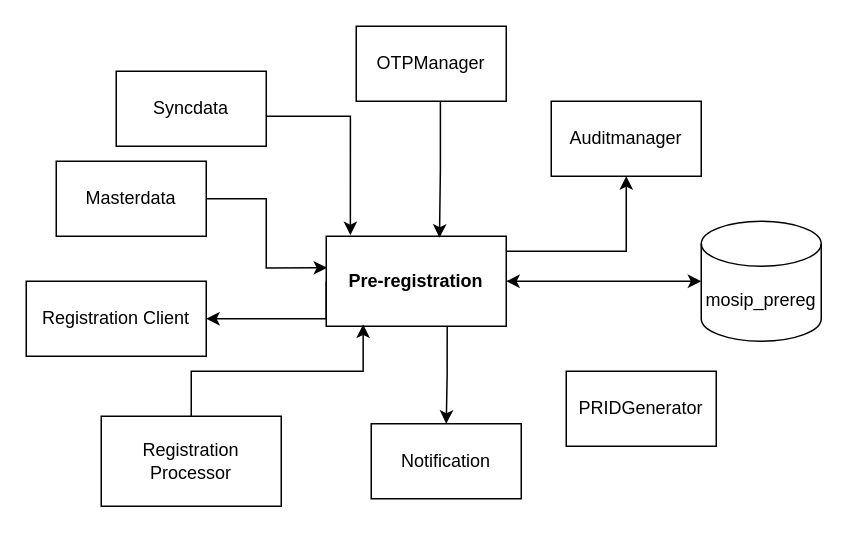
Above: docs/_images/pre-reg-entity.drawio in mosip/documentation (draw.io), before the change. Source tidied: cells renumbered, new cells numbered last; positions are measured from the earlier drawing's top-left corner, leaving out a move shared by most shapes. Both pictures are drawn from the tidied source at 150%, with x=0, y=0 at pixel (26, 26).
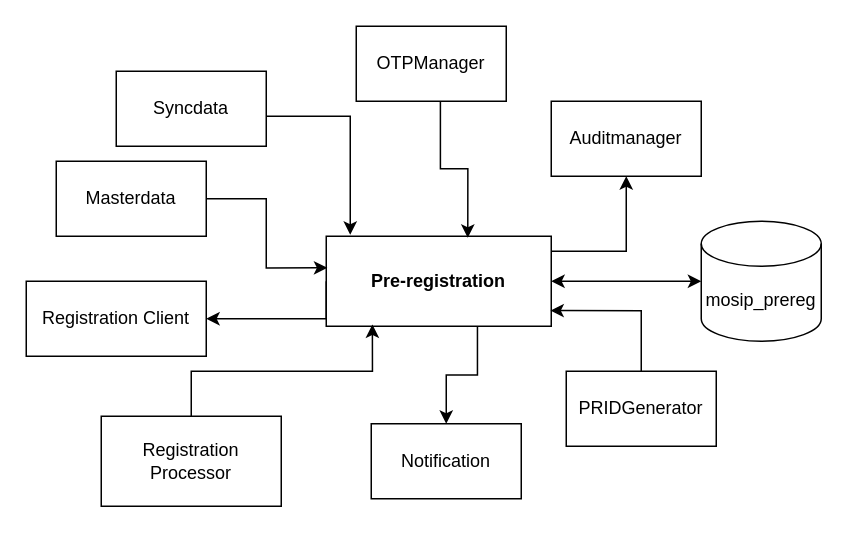
The same diagram, later.

Unchanged cells that the change refers to:
```xml
<mxCell id="11" value="Syncdata" style="rounded=0;whiteSpace=wrap;html=1;" parent="1" vertex="1">
  <mxGeometry x="60" y="30" width="100" height="50" as="geometry" />
</mxCell>
<mxCell id="15" value="PRIDGenerator" style="rounded=0;whiteSpace=wrap;html=1;" parent="1" vertex="1">
  <mxGeometry x="360" y="230" width="100" height="50" as="geometry" />
</mxCell>
```

The edit, as a diff of the source:
```diff
@@
     <mxCell id="6" value="&lt;b&gt;Pre-registration&lt;/b&gt;" style="rounded=0;whiteSpace=wrap;html=1;" parent="1" vertex="1">
-      <mxGeometry x="200" y="140" width="120" height="60" as="geometry" />
+      <mxGeometry x="200" y="140" width="150" height="60" as="geometry" />
     </mxCell>
@@
-    <mxCell id="10" style="edgeStyle=orthogonalEdgeStyle;rounded=0;jettySize=auto;html=1;entryX=0.134;entryY=-0.012;entryDx=0;entryDy=0;entryPerimeter=0;startArrow=none;startFill=0;" parent="1" edge="1" source="11" target="6">
+    <mxCell id="10" style="edgeStyle=orthogonalEdgeStyle;rounded=0;jettySize=auto;html=1;startArrow=none;startFill=0;" parent="1" edge="1" source="11">
       <mxGeometry relative="1" as="geometry">
+        <mxPoint x="216" y="139" as="targetPoint" />
         <Array as="points">
           <mxPoint x="216" y="60" />
         </Array>
       </mxGeometry>
     </mxCell>
@@
+    <mxCell id="20" style="edgeStyle=orthogonalEdgeStyle;rounded=0;jettySize=auto;html=1;exitX=0.5;exitY=0;exitDx=0;exitDy=0;entryX=0.996;entryY=0.826;entryDx=0;entryDy=0;entryPerimeter=0;startArrow=none;startFill=0;" parent="1" edge="1" source="15" target="6">
+      <mxGeometry relative="1" as="geometry">
+        <Array as="points">
+          <mxPoint x="410" y="190" />
+        </Array>
+      </mxGeometry>
+    </mxCell>
```
